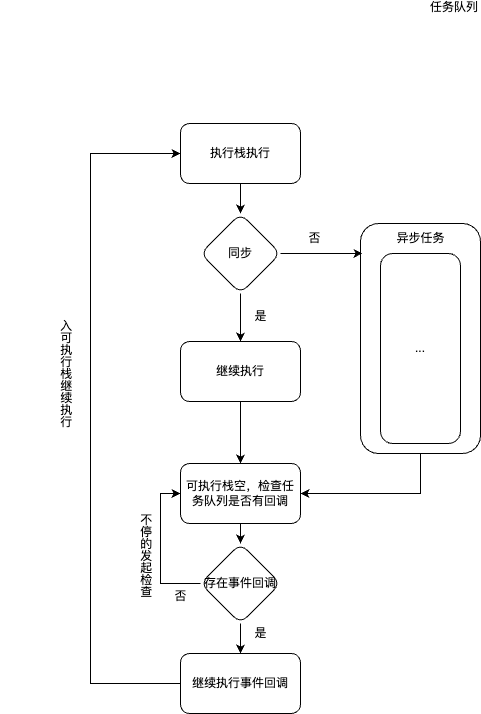
Before: public/javascript_eventloop.png, a diagram exported from draw.io (Mooo-star/blog). Source tidied: cells renumbered, new cells last; positions are measured from the earlier drawing's top-left corner, leaving out a move shared by most shapes. Source of this version:
```xml
<mxGraphModel>
  <root>
    <mxCell id="0" />
    <mxCell id="1" parent="0" />
    <mxCell id="2" style="edgeStyle=orthogonalEdgeStyle;rounded=0;jettySize=auto;html=1;" parent="1" edge="1" source="3" target="5">
      <mxGeometry relative="1" as="geometry" />
    </mxCell>
    <mxCell id="3" value="执行栈执行" style="rounded=1;whiteSpace=wrap;html=1;" parent="1" vertex="1">
      <mxGeometry x="180" width="120" height="60" as="geometry" />
    </mxCell>
    <mxCell id="4" style="edgeStyle=orthogonalEdgeStyle;rounded=0;jettySize=auto;html=1;" parent="1" edge="1" source="5" target="7">
      <mxGeometry relative="1" as="geometry" />
    </mxCell>
    <mxCell id="5" value="同步" style="rhombus;whiteSpace=wrap;html=1;rounded=1;" parent="1" vertex="1">
      <mxGeometry x="200" y="90" width="80" height="80" as="geometry" />
    </mxCell>
    <mxCell id="6" style="edgeStyle=orthogonalEdgeStyle;rounded=0;jettySize=auto;html=1;" parent="1" edge="1" source="7" target="9">
      <mxGeometry relative="1" as="geometry" />
    </mxCell>
    <mxCell id="7" value="继续执行" style="whiteSpace=wrap;html=1;rounded=1;" parent="1" vertex="1">
      <mxGeometry x="180" y="218" width="120" height="60" as="geometry" />
    </mxCell>
    <mxCell id="8" style="edgeStyle=orthogonalEdgeStyle;rounded=0;jettySize=auto;html=1;" parent="1" edge="1" source="9" target="12">
      <mxGeometry relative="1" as="geometry" />
    </mxCell>
    <mxCell id="9" value="可执行栈空，检查任务队列是否有回调" style="whiteSpace=wrap;html=1;rounded=1;" parent="1" vertex="1">
      <mxGeometry x="180" y="340" width="120" height="60" as="geometry" />
    </mxCell>
    <mxCell id="10" style="edgeStyle=orthogonalEdgeStyle;rounded=0;jettySize=auto;html=1;entryX=0;entryY=0.5;entryDx=0;entryDy=0;" parent="1" edge="1" source="12" target="9">
      <mxGeometry relative="1" as="geometry">
        <Array as="points">
          <mxPoint x="160" y="460" />
          <mxPoint x="160" y="370" />
        </Array>
      </mxGeometry>
    </mxCell>
    <mxCell id="11" style="edgeStyle=orthogonalEdgeStyle;rounded=0;jettySize=auto;html=1;" parent="1" edge="1" source="12" target="14">
      <mxGeometry relative="1" as="geometry" />
    </mxCell>
    <mxCell id="12" value="存在事件回调" style="rhombus;whiteSpace=wrap;html=1;rounded=1;" parent="1" vertex="1">
      <mxGeometry x="200" y="420" width="80" height="80" as="geometry" />
    </mxCell>
    <mxCell id="13" value="不停的发起检查" style="text;html=1;align=center;verticalAlign=middle;strokeColor=none;fillColor=none;rotation=0;textDirection=vertical-lr;" parent="1" vertex="1">
      <mxGeometry x="90" y="430" width="110" height="30" as="geometry" />
    </mxCell>
    <mxCell id="14" value="继续执行事件回调" style="whiteSpace=wrap;html=1;rounded=1;" parent="1" vertex="1">
      <mxGeometry x="180" y="530" width="120" height="60" as="geometry" />
    </mxCell>
    <mxCell id="15" value="否" style="text;html=1;align=center;verticalAlign=middle;strokeColor=none;fillColor=none;" parent="1" vertex="1">
      <mxGeometry x="160" y="458" width="40" height="30" as="geometry" />
    </mxCell>
    <mxCell id="16" value="是" style="text;html=1;align=center;verticalAlign=middle;strokeColor=none;fillColor=none;" parent="1" vertex="1">
      <mxGeometry x="240" y="495" width="40" height="30" as="geometry" />
    </mxCell>
    <mxCell id="17" style="edgeStyle=orthogonalEdgeStyle;rounded=0;jettySize=auto;html=1;entryX=0;entryY=0.5;entryDx=0;entryDy=0;exitX=0;exitY=0.5;exitDx=0;exitDy=0;" parent="1" edge="1" source="14" target="3">
      <mxGeometry relative="1" as="geometry">
        <Array as="points">
          <mxPoint x="90" y="560" />
          <mxPoint x="90" y="30" />
        </Array>
      </mxGeometry>
    </mxCell>
    <mxCell id="18" value="入可执行栈继续执行" style="text;html=1;align=center;verticalAlign=middle;strokeColor=none;fillColor=none;textDirection=vertical-lr;" parent="1" vertex="1">
      <mxGeometry y="248" width="130" height="30" as="geometry" />
    </mxCell>
    <mxCell id="19" style="edgeStyle=orthogonalEdgeStyle;rounded=0;jettySize=auto;html=1;exitX=0.5;exitY=1;exitDx=0;exitDy=0;entryX=1;entryY=0.5;entryDx=0;entryDy=0;" parent="1" edge="1" source="20" target="9">
      <mxGeometry relative="1" as="geometry">
        <Array as="points">
          <mxPoint x="420" y="370" />
        </Array>
      </mxGeometry>
    </mxCell>
    <mxCell id="20" value="任务队列" style="rounded=1;whiteSpace=wrap;html=1;labelPosition=center;verticalLabelPosition=top;align=right;verticalAlign=top;textDirection=ltr;" parent="1" vertex="1">
      <mxGeometry x="360" y="100" width="120" height="230" as="geometry" />
    </mxCell>
    <mxCell id="21" value="异步任务" style="text;html=1;align=center;verticalAlign=middle;strokeColor=none;fillColor=none;" parent="1" vertex="1">
      <mxGeometry x="385" y="100" width="70" height="30" as="geometry" />
    </mxCell>
    <mxCell id="22" value="..." style="rounded=1;whiteSpace=wrap;html=1;" parent="1" vertex="1">
      <mxGeometry x="380" y="130" width="80" height="190" as="geometry" />
    </mxCell>
    <mxCell id="23" value="否" style="text;html=1;align=center;verticalAlign=middle;strokeColor=none;fillColor=none;" parent="1" vertex="1">
      <mxGeometry x="294" y="100" width="40" height="30" as="geometry" />
    </mxCell>
    <mxCell id="24" value="是" style="text;html=1;align=center;verticalAlign=middle;strokeColor=none;fillColor=none;" parent="1" vertex="1">
      <mxGeometry x="240" y="178" width="40" height="30" as="geometry" />
    </mxCell>
    <mxCell id="25" style="edgeStyle=orthogonalEdgeStyle;rounded=0;jettySize=auto;html=1;exitX=1;exitY=0.5;exitDx=0;exitDy=0;entryX=0.017;entryY=0.13;entryDx=0;entryDy=0;entryPerimeter=0;" parent="1" edge="1" source="5" target="20">
      <mxGeometry relative="1" as="geometry" />
    </mxCell>
  </root>
</mxGraphModel>
```
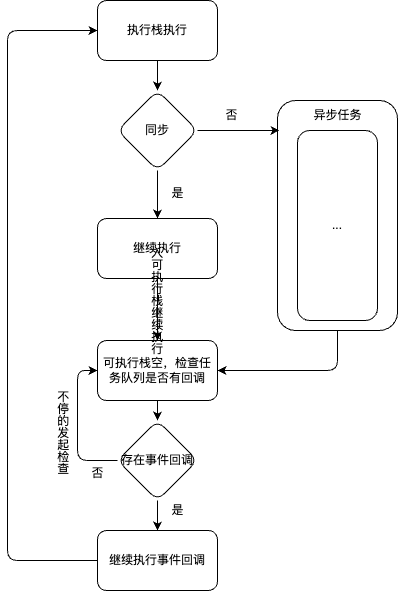
Later version of the same file.

The edit, as a diff of the source:
```diff
@@ -2,31 +2,31 @@
   <root>
     <mxCell id="0" />
     <mxCell id="1" parent="0" />
-    <mxCell id="2" style="edgeStyle=orthogonalEdgeStyle;rounded=0;jettySize=auto;html=1;" parent="1" edge="1" source="3" target="5">
+    <mxCell id="2" style="edgeStyle=orthogonalEdgeStyle;rounded=1;jettySize=auto;html=1;" parent="1" edge="1" source="3" target="5">
       <mxGeometry relative="1" as="geometry" />
     </mxCell>
     <mxCell id="3" value="执行栈执行" style="rounded=1;whiteSpace=wrap;html=1;" parent="1" vertex="1">
       <mxGeometry x="180" width="120" height="60" as="geometry" />
     </mxCell>
-    <mxCell id="4" style="edgeStyle=orthogonalEdgeStyle;rounded=0;jettySize=auto;html=1;" parent="1" edge="1" source="5" target="7">
+    <mxCell id="4" style="edgeStyle=orthogonalEdgeStyle;rounded=1;jettySize=auto;html=1;" parent="1" edge="1" source="5" target="7">
       <mxGeometry relative="1" as="geometry" />
     </mxCell>
     <mxCell id="5" value="同步" style="rhombus;whiteSpace=wrap;html=1;rounded=1;" parent="1" vertex="1">
       <mxGeometry x="200" y="90" width="80" height="80" as="geometry" />
     </mxCell>
-    <mxCell id="6" style="edgeStyle=orthogonalEdgeStyle;rounded=0;jettySize=auto;html=1;" parent="1" edge="1" source="7" target="9">
+    <mxCell id="6" style="edgeStyle=orthogonalEdgeStyle;rounded=1;jettySize=auto;html=1;" parent="1" edge="1" source="7" target="9">
       <mxGeometry relative="1" as="geometry" />
     </mxCell>
     <mxCell id="7" value="继续执行" style="whiteSpace=wrap;html=1;rounded=1;" parent="1" vertex="1">
       <mxGeometry x="180" y="218" width="120" height="60" as="geometry" />
     </mxCell>
-    <mxCell id="8" style="edgeStyle=orthogonalEdgeStyle;rounded=0;jettySize=auto;html=1;" parent="1" edge="1" source="9" target="12">
+    <mxCell id="8" style="edgeStyle=orthogonalEdgeStyle;rounded=1;jettySize=auto;html=1;" parent="1" edge="1" source="9" target="12">
       <mxGeometry relative="1" as="geometry" />
     </mxCell>
     <mxCell id="9" value="可执行栈空，检查任务队列是否有回调" style="whiteSpace=wrap;html=1;rounded=1;" parent="1" vertex="1">
       <mxGeometry x="180" y="340" width="120" height="60" as="geometry" />
     </mxCell>
-    <mxCell id="10" style="edgeStyle=orthogonalEdgeStyle;rounded=0;jettySize=auto;html=1;entryX=0;entryY=0.5;entryDx=0;entryDy=0;" parent="1" edge="1" source="12" target="9">
+    <mxCell id="10" style="edgeStyle=orthogonalEdgeStyle;rounded=1;jettySize=auto;html=1;entryX=0;entryY=0.5;entryDx=0;entryDy=0;" parent="1" edge="1" source="12" target="9">
       <mxGeometry relative="1" as="geometry">
         <Array as="points">
           <mxPoint x="160" y="460" />
@@ -34,25 +34,25 @@
         </Array>
       </mxGeometry>
     </mxCell>
-    <mxCell id="11" style="edgeStyle=orthogonalEdgeStyle;rounded=0;jettySize=auto;html=1;" parent="1" edge="1" source="12" target="14">
+    <mxCell id="11" style="edgeStyle=orthogonalEdgeStyle;rounded=1;jettySize=auto;html=1;" parent="1" edge="1" source="12" target="14">
       <mxGeometry relative="1" as="geometry" />
     </mxCell>
     <mxCell id="12" value="存在事件回调" style="rhombus;whiteSpace=wrap;html=1;rounded=1;" parent="1" vertex="1">
       <mxGeometry x="200" y="420" width="80" height="80" as="geometry" />
     </mxCell>
-    <mxCell id="13" value="不停的发起检查" style="text;html=1;align=center;verticalAlign=middle;strokeColor=none;fillColor=none;rotation=0;textDirection=vertical-lr;" parent="1" vertex="1">
+    <mxCell id="13" value="不停的发起检查" style="text;html=1;align=center;verticalAlign=middle;strokeColor=none;fillColor=none;rotation=0;textDirection=vertical-lr;rounded=1;" parent="1" vertex="1">
       <mxGeometry x="90" y="430" width="110" height="30" as="geometry" />
     </mxCell>
     <mxCell id="14" value="继续执行事件回调" style="whiteSpace=wrap;html=1;rounded=1;" parent="1" vertex="1">
       <mxGeometry x="180" y="530" width="120" height="60" as="geometry" />
     </mxCell>
-    <mxCell id="15" value="否" style="text;html=1;align=center;verticalAlign=middle;strokeColor=none;fillColor=none;" parent="1" vertex="1">
+    <mxCell id="15" value="否" style="text;html=1;align=center;verticalAlign=middle;strokeColor=none;fillColor=none;rounded=1;" parent="1" vertex="1">
       <mxGeometry x="160" y="458" width="40" height="30" as="geometry" />
     </mxCell>
-    <mxCell id="16" value="是" style="text;html=1;align=center;verticalAlign=middle;strokeColor=none;fillColor=none;" parent="1" vertex="1">
+    <mxCell id="16" value="是" style="text;html=1;align=center;verticalAlign=middle;strokeColor=none;fillColor=none;rounded=1;" parent="1" vertex="1">
       <mxGeometry x="240" y="495" width="40" height="30" as="geometry" />
     </mxCell>
-    <mxCell id="17" style="edgeStyle=orthogonalEdgeStyle;rounded=0;jettySize=auto;html=1;entryX=0;entryY=0.5;entryDx=0;entryDy=0;exitX=0;exitY=0.5;exitDx=0;exitDy=0;" parent="1" edge="1" source="14" target="3">
+    <mxCell id="17" style="edgeStyle=orthogonalEdgeStyle;rounded=1;jettySize=auto;html=1;entryX=0;entryY=0.5;entryDx=0;entryDy=0;exitX=0;exitY=0.5;exitDx=0;exitDy=0;" parent="1" edge="1" source="14" target="3">
       <mxGeometry relative="1" as="geometry">
         <Array as="points">
           <mxPoint x="90" y="560" />
@@ -60,32 +60,32 @@
         </Array>
       </mxGeometry>
     </mxCell>
-    <mxCell id="18" value="入可执行栈继续执行" style="text;html=1;align=center;verticalAlign=middle;strokeColor=none;fillColor=none;textDirection=vertical-lr;" parent="1" vertex="1">
-      <mxGeometry y="248" width="130" height="30" as="geometry" />
+    <mxCell id="18" value="入可执行栈继续执行" style="text;html=1;align=center;verticalAlign=middle;strokeColor=none;fillColor=none;textDirection=vertical-lr;rounded=1;" parent="1" vertex="1">
+      <mxGeometry x="174" y="298" width="130" height="30" as="geometry" />
     </mxCell>
-    <mxCell id="19" style="edgeStyle=orthogonalEdgeStyle;rounded=0;jettySize=auto;html=1;exitX=0.5;exitY=1;exitDx=0;exitDy=0;entryX=1;entryY=0.5;entryDx=0;entryDy=0;" parent="1" edge="1" source="20" target="9">
+    <mxCell id="19" style="edgeStyle=orthogonalEdgeStyle;rounded=1;jettySize=auto;html=1;exitX=0.5;exitY=1;exitDx=0;exitDy=0;entryX=1;entryY=0.5;entryDx=0;entryDy=0;" parent="1" edge="1" source="20" target="9">
       <mxGeometry relative="1" as="geometry">
         <Array as="points">
           <mxPoint x="420" y="370" />
         </Array>
       </mxGeometry>
     </mxCell>
-    <mxCell id="20" value="任务队列" style="rounded=1;whiteSpace=wrap;html=1;labelPosition=center;verticalLabelPosition=top;align=right;verticalAlign=top;textDirection=ltr;" parent="1" vertex="1">
+    <mxCell id="20" style="rounded=1;whiteSpace=wrap;html=1;labelPosition=center;verticalLabelPosition=top;align=right;verticalAlign=top;textDirection=ltr;" parent="1" vertex="1">
       <mxGeometry x="360" y="100" width="120" height="230" as="geometry" />
     </mxCell>
-    <mxCell id="21" value="异步任务" style="text;html=1;align=center;verticalAlign=middle;strokeColor=none;fillColor=none;" parent="1" vertex="1">
+    <mxCell id="21" value="异步任务" style="text;html=1;align=center;verticalAlign=middle;strokeColor=none;fillColor=none;rounded=1;" parent="1" vertex="1">
       <mxGeometry x="385" y="100" width="70" height="30" as="geometry" />
     </mxCell>
     <mxCell id="22" value="..." style="rounded=1;whiteSpace=wrap;html=1;" parent="1" vertex="1">
       <mxGeometry x="380" y="130" width="80" height="190" as="geometry" />
     </mxCell>
-    <mxCell id="23" value="否" style="text;html=1;align=center;verticalAlign=middle;strokeColor=none;fillColor=none;" parent="1" vertex="1">
+    <mxCell id="23" value="否" style="text;html=1;align=center;verticalAlign=middle;strokeColor=none;fillColor=none;rounded=1;" parent="1" vertex="1">
       <mxGeometry x="294" y="100" width="40" height="30" as="geometry" />
     </mxCell>
-    <mxCell id="24" value="是" style="text;html=1;align=center;verticalAlign=middle;strokeColor=none;fillColor=none;" parent="1" vertex="1">
+    <mxCell id="24" value="是" style="text;html=1;align=center;verticalAlign=middle;strokeColor=none;fillColor=none;rounded=1;" parent="1" vertex="1">
       <mxGeometry x="240" y="178" width="40" height="30" as="geometry" />
     </mxCell>
-    <mxCell id="25" style="edgeStyle=orthogonalEdgeStyle;rounded=0;jettySize=auto;html=1;exitX=1;exitY=0.5;exitDx=0;exitDy=0;entryX=0.017;entryY=0.13;entryDx=0;entryDy=0;entryPerimeter=0;" parent="1" edge="1" source="5" target="20">
+    <mxCell id="25" style="edgeStyle=orthogonalEdgeStyle;rounded=1;jettySize=auto;html=1;exitX=1;exitY=0.5;exitDx=0;exitDy=0;entryX=0.017;entryY=0.13;entryDx=0;entryDy=0;entryPerimeter=0;" parent="1" edge="1" source="5" target="20">
       <mxGeometry relative="1" as="geometry" />
     </mxCell>
   </root>
```
